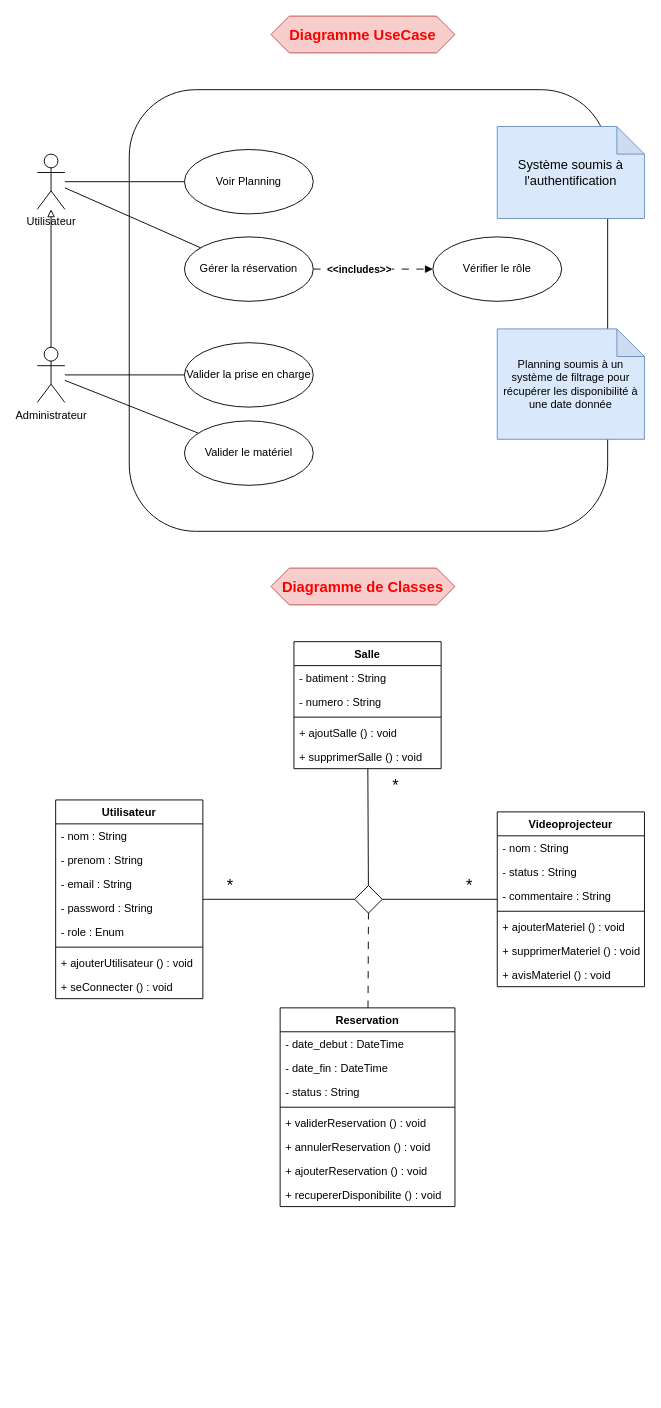
Mzk-Ali/EXO_M2I_UML keeps this draw.io diagram as TP3/TP_3_UML_Exercice_1.drawio. Above is the earlier version. Source tidied: cells renumbered, new cells numbered last; positions are measured from the earlier drawing's top-left corner, leaving out a move shared by most shapes. Both pictures are drawn from the tidied source at 92%, with x=0, y=0 at pixel (37, 16).
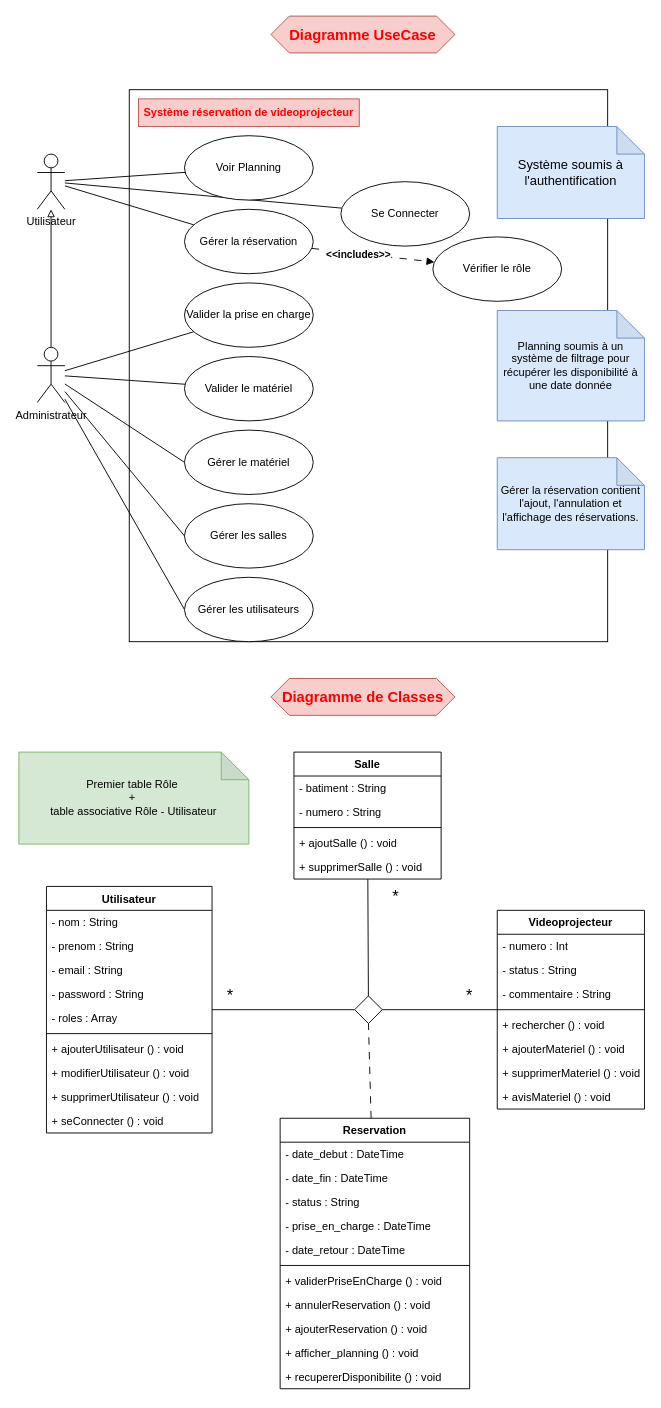
After the change.

Commit message:
Mettre à jour TP_3_UML_Exercice_1.drawio

The change refers to these unchanged cells:
```xml
<mxCell id="6" value="Utilisateur" style="shape=umlActor;verticalLabelPosition=bottom;verticalAlign=top;html=1;outlineConnect=0;" parent="1" vertex="1">
  <mxGeometry y="150" width="30" height="60" as="geometry" />
</mxCell>
<mxCell id="10" value="Administrateur" style="shape=umlActor;verticalLabelPosition=bottom;verticalAlign=top;html=1;outlineConnect=0;" parent="1" vertex="1">
  <mxGeometry y="360" width="30" height="60" as="geometry" />
</mxCell>
<mxCell id="17" value="Vérifier le rôle" style="ellipse;whiteSpace=wrap;html=1;" parent="1" vertex="1">
  <mxGeometry x="430" y="240" width="140" height="70" as="geometry" />
</mxCell>
```

What changed in the source:
```diff
@@
-    <mxCell id="2" style="rounded=1;whiteSpace=wrap;html=1;" parent="1" vertex="1">
-      <mxGeometry x="100" y="80" width="520" height="480" as="geometry" />
+    <mxCell id="2" style="rounded=0;whiteSpace=wrap;html=1;" parent="1" vertex="1">
+      <mxGeometry x="100" y="80" width="520" height="600" as="geometry" />
     </mxCell>
@@
+    <mxCell id="61" style="rounded=0;jettySize=auto;html=1;endArrow=none;startFill=0;" parent="1" edge="1" source="6" target="76">
+      <mxGeometry relative="1" as="geometry" />
+    </mxCell>
@@
-    <mxCell id="8" style="edgeStyle=orthogonalEdgeStyle;rounded=0;jettySize=auto;html=1;endArrow=none;startFill=0;" parent="1" edge="1" source="10" target="16">
+    <mxCell id="8" style="rounded=0;jettySize=auto;html=1;endArrow=none;startFill=0;" parent="1" edge="1" source="10" target="16">
       <mxGeometry relative="1" as="geometry" />
     </mxCell>
@@
+    <mxCell id="62" style="rounded=0;jettySize=auto;html=1;endArrow=none;startFill=0;entryX=0;entryY=0.5;entryDx=0;entryDy=0;" parent="1" edge="1" source="10" target="73">
+      <mxGeometry relative="1" as="geometry" />
+    </mxCell>
+    <mxCell id="63" style="rounded=0;jettySize=auto;html=1;entryX=0;entryY=0.5;entryDx=0;entryDy=0;endArrow=none;startFill=0;" parent="1" edge="1" source="10" target="74">
+      <mxGeometry relative="1" as="geometry" />
+    </mxCell>
+    <mxCell id="64" style="rounded=0;jettySize=auto;html=1;entryX=0;entryY=0.5;entryDx=0;entryDy=0;endArrow=none;startFill=0;" parent="1" edge="1" source="10" target="75">
+      <mxGeometry relative="1" as="geometry" />
+    </mxCell>
@@
     <mxCell id="11" value="Voir Planning" style="ellipse;whiteSpace=wrap;html=1;" parent="1" vertex="1">
-      <mxGeometry x="160" y="145" width="140" height="70" as="geometry" />
+      <mxGeometry x="160" y="130" width="140" height="70" as="geometry" />
     </mxCell>
@@
-    <mxCell id="13" style="edgeStyle=orthogonalEdgeStyle;rounded=0;jettySize=auto;html=1;endArrow=block;endFill=1;dashed=1;dashPattern=8 8;" parent="1" edge="1" source="15" target="17">
+    <mxCell id="13" style="rounded=0;jettySize=auto;html=1;endArrow=block;endFill=1;dashed=1;dashPattern=8 8;" parent="1" edge="1" source="15" target="17">
       <mxGeometry relative="1" as="geometry" />
     </mxCell>
@@
     <mxCell id="15" value="Gérer la réservation" style="ellipse;whiteSpace=wrap;html=1;" parent="1" vertex="1">
-      <mxGeometry x="160" y="240" width="140" height="70" as="geometry" />
+      <mxGeometry x="160" y="210" width="140" height="70" as="geometry" />
     </mxCell>
     <mxCell id="16" value="Valider la prise en charge" style="ellipse;whiteSpace=wrap;html=1;" parent="1" vertex="1">
-      <mxGeometry x="160" y="355" width="140" height="70" as="geometry" />
+      <mxGeometry x="160" y="290" width="140" height="70" as="geometry" />
     </mxCell>
@@
     <mxCell id="18" value="Valider le matériel" style="ellipse;whiteSpace=wrap;html=1;" parent="1" vertex="1">
-      <mxGeometry x="160" y="440" width="140" height="70" as="geometry" />
+      <mxGeometry x="160" y="370" width="140" height="70" as="geometry" />
     </mxCell>
     <mxCell id="19" value="Planning soumis à un système de filtrage pour récupérer les disponibilité à une date donnée" style="shape=note;whiteSpace=wrap;html=1;backgroundOutline=1;darkOpacity=0.05;fillColor=#dae8fc;strokeColor=#6c8ebf;" parent="1" vertex="1">
-      <mxGeometry x="500" y="340" width="160" height="120" as="geometry" />
+      <mxGeometry x="500" y="320" width="160" height="120" as="geometry" />
     </mxCell>
     <mxCell id="20" value="&lt;font style=&quot;font-size: 16px; color: light-dark(rgb(250, 0, 0), rgb(237, 237, 237));&quot;&gt;&lt;b&gt;Diagramme de Classes&lt;/b&gt;&lt;/font&gt;" style="shape=hexagon;perimeter=hexagonPerimeter2;whiteSpace=wrap;html=1;fixedSize=1;fillColor=#f8cecc;strokeColor=#b85450;" parent="1" vertex="1">
-      <mxGeometry x="254" y="600" width="200" height="40" as="geometry" />
+      <mxGeometry x="254" y="720" width="200" height="40" as="geometry" />
     </mxCell>
     <mxCell id="21" value="Utilisateur" style="swimlane;fontStyle=1;align=center;verticalAlign=top;horizontal=1;startSize=26;whiteSpace=wrap;html=1;" parent="1" vertex="1">
-      <mxGeometry x="20" y="852" width="160" height="216" as="geometry" />
+      <mxGeometry x="10" y="946" width="180" height="268" as="geometry" />
     </mxCell>
     <mxCell id="22" value="- nom : String" style="text;strokeColor=none;fillColor=none;align=left;verticalAlign=top;spacingLeft=4;spacingRight=4;overflow=hidden;whiteSpace=wrap;html=1;" parent="21" vertex="1">
-      <mxGeometry y="26" width="160" height="26" as="geometry" />
+      <mxGeometry y="26" width="180" height="26" as="geometry" />
     </mxCell>
     <mxCell id="23" value="- prenom : String" style="text;strokeColor=none;fillColor=none;align=left;verticalAlign=top;spacingLeft=4;spacingRight=4;overflow=hidden;whiteSpace=wrap;html=1;" parent="21" vertex="1">
-      <mxGeometry y="52" width="160" height="26" as="geometry" />
+      <mxGeometry y="52" width="180" height="26" as="geometry" />
     </mxCell>
     <mxCell id="24" value="- email : String" style="text;strokeColor=none;fillColor=none;align=left;verticalAlign=top;spacingLeft=4;spacingRight=4;overflow=hidden;whiteSpace=wrap;html=1;" parent="21" vertex="1">
-      <mxGeometry y="78" width="160" height="26" as="geometry" />
+      <mxGeometry y="78" width="180" height="26" as="geometry" />
     </mxCell>
     <mxCell id="25" value="- password : String" style="text;strokeColor=none;fillColor=none;align=left;verticalAlign=top;spacingLeft=4;spacingRight=4;overflow=hidden;whiteSpace=wrap;html=1;" parent="21" vertex="1">
-      <mxGeometry y="104" width="160" height="26" as="geometry" />
+      <mxGeometry y="104" width="180" height="26" as="geometry" />
     </mxCell>
-    <mxCell id="26" value="- role : Enum" style="text;strokeColor=none;fillColor=none;align=left;verticalAlign=top;spacingLeft=4;spacingRight=4;overflow=hidden;whiteSpace=wrap;html=1;" parent="21" vertex="1">
-      <mxGeometry y="130" width="160" height="26" as="geometry" />
+    <mxCell id="26" value="- roles : Array" style="text;strokeColor=none;fillColor=none;align=left;verticalAlign=top;spacingLeft=4;spacingRight=4;overflow=hidden;whiteSpace=wrap;html=1;" parent="21" vertex="1">
+      <mxGeometry y="130" width="180" height="26" as="geometry" />
     </mxCell>
     <mxCell id="27" style="line;strokeWidth=1;fillColor=none;align=left;verticalAlign=middle;spacingTop=-1;spacingLeft=3;spacingRight=3;labelPosition=right;strokeColor=inherit;" parent="21" vertex="1">
-      <mxGeometry y="156" width="160" height="8" as="geometry" />
+      <mxGeometry y="156" width="180" height="8" as="geometry" />
     </mxCell>
     <mxCell id="28" value="+ ajouterUtilisateur () : void" style="text;strokeColor=none;fillColor=none;align=left;verticalAlign=top;spacingLeft=4;spacingRight=4;overflow=hidden;whiteSpace=wrap;html=1;" parent="21" vertex="1">
-      <mxGeometry y="164" width="160" height="26" as="geometry" />
+      <mxGeometry y="164" width="180" height="26" as="geometry" />
     </mxCell>
+    <mxCell id="65" value="+ modifierUtilisateur () : void" style="text;strokeColor=none;fillColor=none;align=left;verticalAlign=top;spacingLeft=4;spacingRight=4;overflow=hidden;whiteSpace=wrap;html=1;" parent="21" vertex="1">
+      <mxGeometry y="190" width="180" height="26" as="geometry" />
+    </mxCell>
+    <mxCell id="66" value="+ supprimerUtilisateur () : void" style="text;strokeColor=none;fillColor=none;align=left;verticalAlign=top;spacingLeft=4;spacingRight=4;overflow=hidden;whiteSpace=wrap;html=1;" parent="21" vertex="1">
+      <mxGeometry y="216" width="180" height="26" as="geometry" />
+    </mxCell>
     <mxCell id="29" value="+ seConnecter () : void" style="text;strokeColor=none;fillColor=none;align=left;verticalAlign=top;spacingLeft=4;spacingRight=4;overflow=hidden;whiteSpace=wrap;html=1;" parent="21" vertex="1">
-      <mxGeometry y="190" width="160" height="26" as="geometry" />
+      <mxGeometry y="242" width="180" height="26" as="geometry" />
     </mxCell>
@@
     <mxCell id="31" value="Reservation" style="swimlane;fontStyle=1;align=center;verticalAlign=top;horizontal=1;startSize=26;whiteSpace=wrap;html=1;" parent="1" vertex="1">
-      <mxGeometry x="264" y="1078" width="190" height="216" as="geometry" />
+      <mxGeometry x="264" y="1198" width="206" height="294" as="geometry" />
     </mxCell>
     <mxCell id="32" value="- date_debut : DateTime" style="text;strokeColor=none;fillColor=none;align=left;verticalAlign=top;spacingLeft=4;spacingRight=4;overflow=hidden;whiteSpace=wrap;html=1;" parent="31" vertex="1">
-      <mxGeometry y="26" width="190" height="26" as="geometry" />
+      <mxGeometry y="26" width="206" height="26" as="geometry" />
     </mxCell>
     <mxCell id="33" value="- date_fin : DateTime" style="text;strokeColor=none;fillColor=none;align=left;verticalAlign=top;spacingLeft=4;spacingRight=4;overflow=hidden;whiteSpace=wrap;html=1;" parent="31" vertex="1">
-      <mxGeometry y="52" width="190" height="26" as="geometry" />
+      <mxGeometry y="52" width="206" height="26" as="geometry" />
     </mxCell>
     <mxCell id="34" value="- status : String" style="text;strokeColor=none;fillColor=none;align=left;verticalAlign=top;spacingLeft=4;spacingRight=4;overflow=hidden;whiteSpace=wrap;html=1;" parent="31" vertex="1">
-      <mxGeometry y="78" width="190" height="26" as="geometry" />
+      <mxGeometry y="78" width="206" height="26" as="geometry" />
     </mxCell>
+    <mxCell id="67" value="- prise_en_charge : DateTime" style="text;strokeColor=none;fillColor=none;align=left;verticalAlign=top;spacingLeft=4;spacingRight=4;overflow=hidden;whiteSpace=wrap;html=1;" parent="31" vertex="1">
+      <mxGeometry y="104" width="206" height="26" as="geometry" />
+    </mxCell>
+    <mxCell id="68" value="- date_retour : DateTime" style="text;strokeColor=none;fillColor=none;align=left;verticalAlign=top;spacingLeft=4;spacingRight=4;overflow=hidden;whiteSpace=wrap;html=1;" parent="31" vertex="1">
+      <mxGeometry y="130" width="206" height="26" as="geometry" />
+    </mxCell>
     <mxCell id="35" style="line;strokeWidth=1;fillColor=none;align=left;verticalAlign=middle;spacingTop=-1;spacingLeft=3;spacingRight=3;labelPosition=right;strokeColor=inherit;" parent="31" vertex="1">
-      <mxGeometry y="104" width="190" height="8" as="geometry" />
+      <mxGeometry y="156" width="206" height="8" as="geometry" />
     </mxCell>
-    <mxCell id="36" value="+ validerReservation () : void" style="text;strokeColor=none;fillColor=none;align=left;verticalAlign=top;spacingLeft=4;spacingRight=4;overflow=hidden;whiteSpace=wrap;html=1;" parent="31" vertex="1">
-      <mxGeometry y="112" width="190" height="26" as="geometry" />
+    <mxCell id="36" value="+ validerPriseEnCharge () : void" style="text;strokeColor=none;fillColor=none;align=left;verticalAlign=top;spacingLeft=4;spacingRight=4;overflow=hidden;whiteSpace=wrap;html=1;" parent="31" vertex="1">
+      <mxGeometry y="164" width="206" height="26" as="geometry" />
     </mxCell>
     <mxCell id="37" value="+ annulerReservation () : void" style="text;strokeColor=none;fillColor=none;align=left;verticalAlign=top;spacingLeft=4;spacingRight=4;overflow=hidden;whiteSpace=wrap;html=1;" parent="31" vertex="1">
-      <mxGeometry y="138" width="190" height="26" as="geometry" />
+      <mxGeometry y="190" width="206" height="26" as="geometry" />
     </mxCell>
     <mxCell id="38" value="+ ajouterReservation () : void" style="text;strokeColor=none;fillColor=none;align=left;verticalAlign=top;spacingLeft=4;spacingRight=4;overflow=hidden;whiteSpace=wrap;html=1;" parent="31" vertex="1">
-      <mxGeometry y="164" width="190" height="26" as="geometry" />
+      <mxGeometry y="216" width="206" height="26" as="geometry" />
     </mxCell>
+    <mxCell id="69" value="+ afficher_planning () : void" style="text;strokeColor=none;fillColor=none;align=left;verticalAlign=top;spacingLeft=4;spacingRight=4;overflow=hidden;whiteSpace=wrap;html=1;" parent="31" vertex="1">
+      <mxGeometry y="242" width="206" height="26" as="geometry" />
+    </mxCell>
     <mxCell id="39" value="+ recupererDisponibilite () : void&amp;nbsp;" style="text;strokeColor=none;fillColor=none;align=left;verticalAlign=top;spacingLeft=4;spacingRight=4;overflow=hidden;whiteSpace=wrap;html=1;" parent="31" vertex="1">
-      <mxGeometry y="190" width="190" height="26" as="geometry" />
+      <mxGeometry y="268" width="206" height="26" as="geometry" />
     </mxCell>
     <mxCell id="40" value="Videoprojecteur" style="swimlane;fontStyle=1;align=center;verticalAlign=top;horizontal=1;startSize=26;whiteSpace=wrap;html=1;" parent="1" vertex="1">
-      <mxGeometry x="500" y="865" width="160" height="190" as="geometry" />
+      <mxGeometry x="500" y="972" width="160" height="216" as="geometry" />
     </mxCell>
-    <mxCell id="41" value="- nom : String" style="text;strokeColor=none;fillColor=none;align=left;verticalAlign=top;spacingLeft=4;spacingRight=4;overflow=hidden;whiteSpace=wrap;html=1;" parent="40" vertex="1">
+    <mxCell id="41" value="- numero : Int" style="text;strokeColor=none;fillColor=none;align=left;verticalAlign=top;spacingLeft=4;spacingRight=4;overflow=hidden;whiteSpace=wrap;html=1;" parent="40" vertex="1">
       <mxGeometry y="26" width="160" height="26" as="geometry" />
     </mxCell>
@@
+    <mxCell id="70" value="+ rechercher () : void" style="text;strokeColor=none;fillColor=none;align=left;verticalAlign=top;spacingLeft=4;spacingRight=4;overflow=hidden;whiteSpace=wrap;html=1;" parent="40" vertex="1">
+      <mxGeometry y="112" width="160" height="26" as="geometry" />
+    </mxCell>
     <mxCell id="45" value="+ ajouterMateriel () : void" style="text;strokeColor=none;fillColor=none;align=left;verticalAlign=top;spacingLeft=4;spacingRight=4;overflow=hidden;whiteSpace=wrap;html=1;" parent="40" vertex="1">
-      <mxGeometry y="112" width="160" height="26" as="geometry" />
+      <mxGeometry y="138" width="160" height="26" as="geometry" />
     </mxCell>
     <mxCell id="46" value="+ supprimerMateriel () : void" style="text;strokeColor=none;fillColor=none;align=left;verticalAlign=top;spacingLeft=4;spacingRight=4;overflow=hidden;whiteSpace=wrap;html=1;" parent="40" vertex="1">
-      <mxGeometry y="138" width="160" height="26" as="geometry" />
+      <mxGeometry y="164" width="160" height="26" as="geometry" />
     </mxCell>
     <mxCell id="47" value="+ avisMateriel () : void" style="text;strokeColor=none;fillColor=none;align=left;verticalAlign=top;spacingLeft=4;spacingRight=4;overflow=hidden;whiteSpace=wrap;html=1;" parent="40" vertex="1">
-      <mxGeometry y="164" width="160" height="26" as="geometry" />
+      <mxGeometry y="190" width="160" height="26" as="geometry" />
     </mxCell>
     <mxCell id="48" value="Salle" style="swimlane;fontStyle=1;align=center;verticalAlign=top;horizontal=1;startSize=26;whiteSpace=wrap;html=1;" parent="1" vertex="1">
-      <mxGeometry x="279" y="680" width="160" height="138" as="geometry" />
+      <mxGeometry x="279" y="800" width="160" height="138" as="geometry" />
     </mxCell>
@@
     <mxCell id="57" style="rhombus;whiteSpace=wrap;html=1;" parent="1" vertex="1">
-      <mxGeometry x="345" y="945" width="30" height="30" as="geometry" />
+      <mxGeometry x="345" y="1065" width="30" height="30" as="geometry" />
     </mxCell>
     <mxCell id="58" value="&lt;font style=&quot;font-size: 18px;&quot;&gt;*&lt;/font&gt;" style="text;html=1;align=center;verticalAlign=middle;whiteSpace=wrap;rounded=0;" parent="1" vertex="1">
-      <mxGeometry x="180" y="930" width="60" height="30" as="geometry" />
+      <mxGeometry x="180" y="1050" width="60" height="30" as="geometry" />
     </mxCell>
     <mxCell id="59" value="&lt;font style=&quot;font-size: 18px;&quot;&gt;*&lt;/font&gt;" style="text;html=1;align=center;verticalAlign=middle;whiteSpace=wrap;rounded=0;" parent="1" vertex="1">
-      <mxGeometry x="440" y="930" width="60" height="30" as="geometry" />
+      <mxGeometry x="440" y="1050" width="60" height="30" as="geometry" />
     </mxCell>
     <mxCell id="60" value="&lt;font style=&quot;font-size: 18px;&quot;&gt;*&lt;/font&gt;" style="text;html=1;align=center;verticalAlign=middle;whiteSpace=wrap;rounded=0;" parent="1" vertex="1">
-      <mxGeometry x="360" y="822" width="60" height="30" as="geometry" />
+      <mxGeometry x="360" y="942" width="60" height="30" as="geometry" />
     </mxCell>
+    <mxCell id="71" value="&lt;b&gt;&lt;font style=&quot;color: light-dark(rgb(255, 0, 0), rgb(237, 237, 237));&quot;&gt;Système réservation de videoprojecteur&lt;/font&gt;&lt;/b&gt;" style="rounded=0;whiteSpace=wrap;html=1;fillColor=#f8cecc;strokeColor=#b85450;" parent="1" vertex="1">
+      <mxGeometry x="110" y="90" width="240" height="30" as="geometry" />
+    </mxCell>
+    <mxCell id="72" value="Gérer la réservation contient l'ajout, l'annulation et l'affichage des réservations." style="shape=note;whiteSpace=wrap;html=1;backgroundOutline=1;darkOpacity=0.05;fillColor=#dae8fc;strokeColor=#6c8ebf;" parent="1" vertex="1">
+      <mxGeometry x="500" y="480" width="160" height="100" as="geometry" />
+    </mxCell>
+    <mxCell id="73" value="Gérer le matériel" style="ellipse;whiteSpace=wrap;html=1;" parent="1" vertex="1">
+      <mxGeometry x="160" y="450" width="140" height="70" as="geometry" />
+    </mxCell>
+    <mxCell id="74" value="Gérer les salles" style="ellipse;whiteSpace=wrap;html=1;" parent="1" vertex="1">
+      <mxGeometry x="160" y="530" width="140" height="70" as="geometry" />
+    </mxCell>
+    <mxCell id="75" value="Gérer les utilisateurs" style="ellipse;whiteSpace=wrap;html=1;" parent="1" vertex="1">
+      <mxGeometry x="160" y="610" width="140" height="70" as="geometry" />
+    </mxCell>
+    <mxCell id="76" value="Se Connecter" style="ellipse;whiteSpace=wrap;html=1;" parent="1" vertex="1">
+      <mxGeometry x="330" y="180" width="140" height="70" as="geometry" />
+    </mxCell>
+    <mxCell id="77" value="Premier table Rôle&amp;nbsp;&lt;div&gt;+&amp;nbsp;&lt;/div&gt;&lt;div&gt;table associative Rôle - Utilisateur&lt;/div&gt;" style="shape=note;whiteSpace=wrap;html=1;backgroundOutline=1;darkOpacity=0.05;fillColor=#d5e8d4;strokeColor=#82b366;" parent="1" vertex="1">
+      <mxGeometry x="-20" y="800" width="250" height="100" as="geometry" />
+    </mxCell>
```
